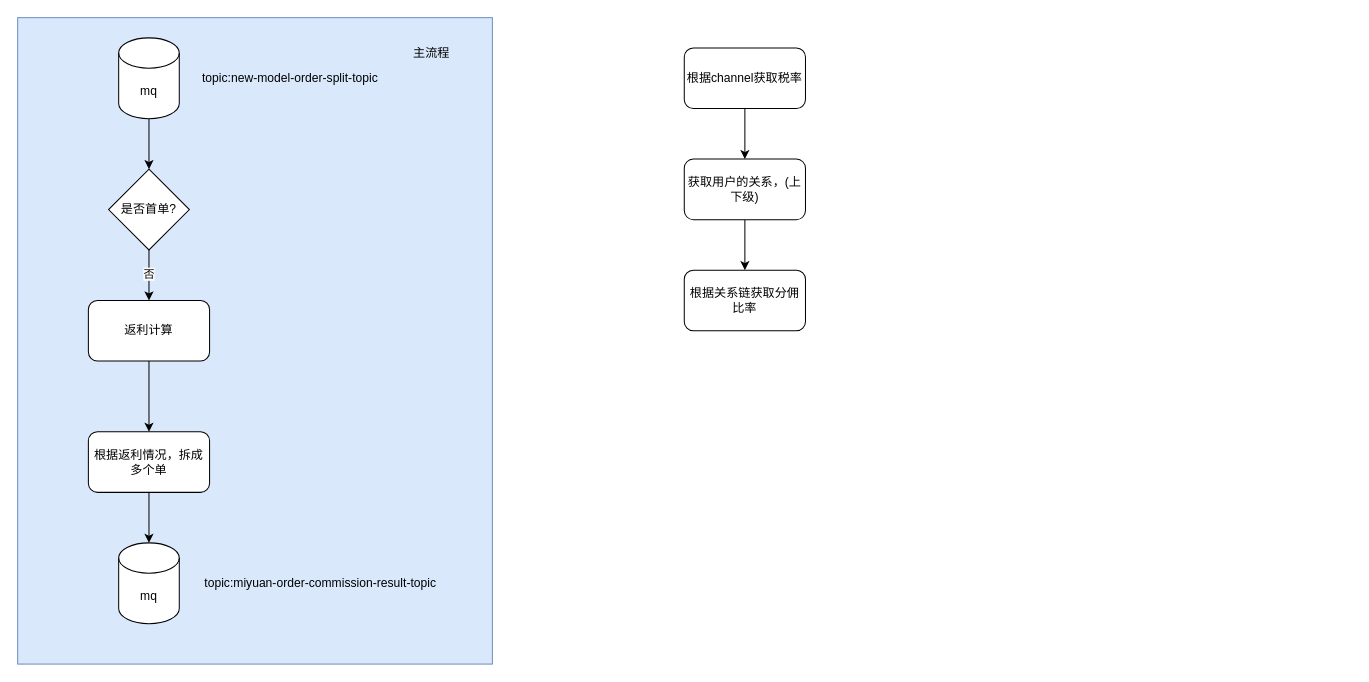
Before: miyuan/订单拆单.drawio in smallleaf/draw.io, a draw.io diagram. Source tidied: cells renumbered, new cells numbered last; positions are measured from the earlier drawing's top-left corner, leaving out a move shared by most shapes. Both pictures are drawn from the tidied source at 101%, with x=0, y=0 at pixel (17, 17).
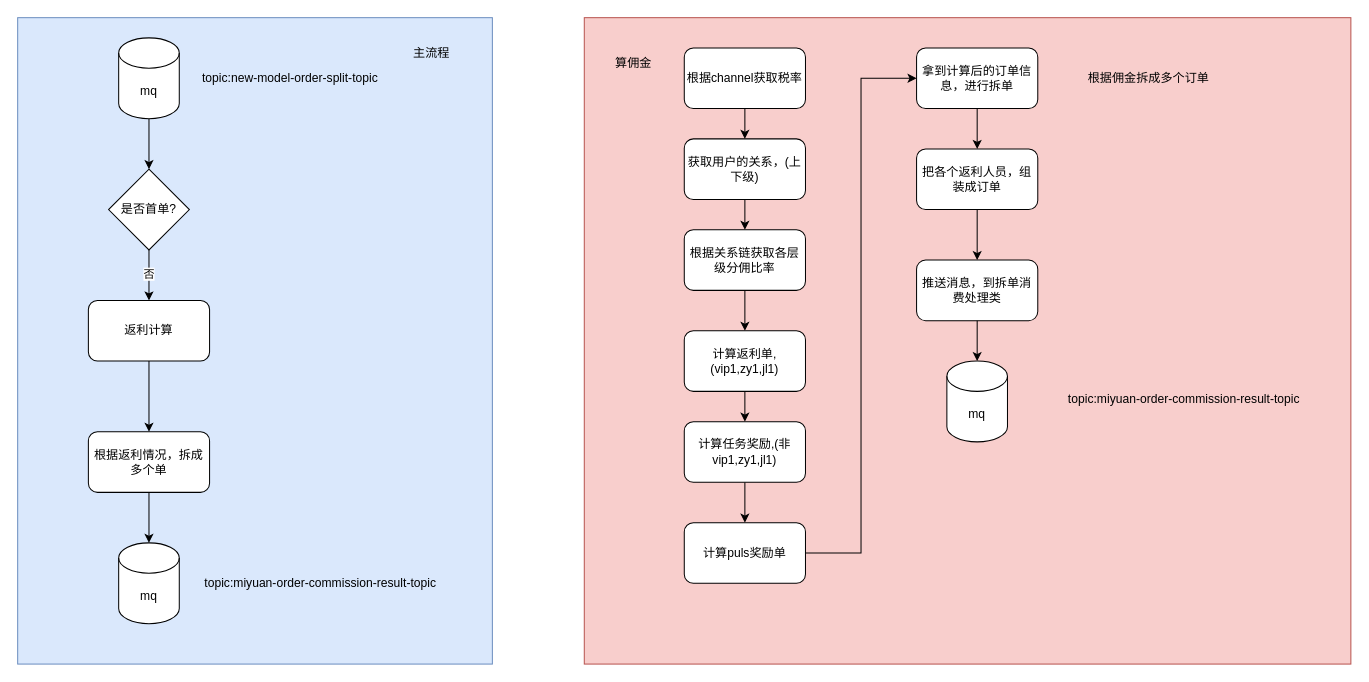
The same page after the edit.

Commit message (it also covers changes not shown here):
更新订单拆单.drawio

Diff of the diagram source:
```diff
@@
+    <mxCell id="21" style="rounded=0;whiteSpace=wrap;html=1;fillColor=#f8cecc;strokeColor=#b85450;" parent="1" vertex="1">
+      <mxGeometry x="561" width="759" height="640" as="geometry" />
+    </mxCell>
@@
     <mxCell id="19" value="获取用户的关系，(上下级)" style="rounded=1;whiteSpace=wrap;html=1;" parent="1" vertex="1">
-      <mxGeometry x="660" y="140" width="120" height="60" as="geometry" />
+      <mxGeometry x="660" y="120" width="120" height="60" as="geometry" />
     </mxCell>
+    <mxCell id="22" style="edgeStyle=orthogonalEdgeStyle;rounded=0;jettySize=auto;html=1;exitX=0.5;exitY=1;exitDx=0;exitDy=0;" parent="1" edge="1" source="20" target="24">
+      <mxGeometry relative="1" as="geometry" />
+    </mxCell>
-    <mxCell id="20" value="根据关系链获取分佣比率" style="rounded=1;whiteSpace=wrap;html=1;" parent="1" vertex="1">
-      <mxGeometry x="660" y="250" width="120" height="60" as="geometry" />
+    <mxCell id="20" value="根据关系链获取各层级分佣比率" style="rounded=1;whiteSpace=wrap;html=1;" parent="1" vertex="1">
+      <mxGeometry x="660" y="210" width="120" height="60" as="geometry" />
     </mxCell>
+    <mxCell id="23" style="edgeStyle=orthogonalEdgeStyle;rounded=0;jettySize=auto;html=1;" parent="1" edge="1" source="24" target="26">
+      <mxGeometry relative="1" as="geometry" />
+    </mxCell>
+    <mxCell id="24" value="计算返利单,(vip1,zy1,jl1)" style="rounded=1;whiteSpace=wrap;html=1;" parent="1" vertex="1">
+      <mxGeometry x="660" y="310" width="120" height="60" as="geometry" />
+    </mxCell>
+    <mxCell id="25" style="edgeStyle=orthogonalEdgeStyle;rounded=0;jettySize=auto;html=1;" parent="1" edge="1" source="26" target="28">
+      <mxGeometry relative="1" as="geometry" />
+    </mxCell>
+    <mxCell id="26" value="计算任务奖励,(非vip1,zy1,jl1)" style="rounded=1;whiteSpace=wrap;html=1;" parent="1" vertex="1">
+      <mxGeometry x="660" y="400" width="120" height="60" as="geometry" />
+    </mxCell>
+    <mxCell id="27" style="edgeStyle=orthogonalEdgeStyle;rounded=0;jettySize=auto;html=1;exitX=1;exitY=0.5;exitDx=0;exitDy=0;entryX=0;entryY=0.5;entryDx=0;entryDy=0;" parent="1" edge="1" source="28" target="30">
+      <mxGeometry relative="1" as="geometry" />
+    </mxCell>
+    <mxCell id="28" value="计算puls奖励单" style="rounded=1;whiteSpace=wrap;html=1;" parent="1" vertex="1">
+      <mxGeometry x="660" y="500" width="120" height="60" as="geometry" />
+    </mxCell>
+    <mxCell id="29" style="edgeStyle=orthogonalEdgeStyle;rounded=0;jettySize=auto;html=1;" parent="1" edge="1" source="30" target="32">
+      <mxGeometry relative="1" as="geometry" />
+    </mxCell>
+    <mxCell id="30" value="拿到计算后的订单信息，进行拆单" style="rounded=1;whiteSpace=wrap;html=1;" parent="1" vertex="1">
+      <mxGeometry x="890" y="30" width="120" height="60" as="geometry" />
+    </mxCell>
+    <mxCell id="31" style="edgeStyle=orthogonalEdgeStyle;rounded=0;jettySize=auto;html=1;" parent="1" edge="1" source="32" target="33">
+      <mxGeometry relative="1" as="geometry" />
+    </mxCell>
+    <mxCell id="32" value="把各个返利人员，组装成订单" style="rounded=1;whiteSpace=wrap;html=1;" parent="1" vertex="1">
+      <mxGeometry x="890" y="130" width="120" height="60" as="geometry" />
+    </mxCell>
+    <mxCell id="33" value="推送消息，到拆单消费处理类" style="rounded=1;whiteSpace=wrap;html=1;" parent="1" vertex="1">
+      <mxGeometry x="890" y="240" width="120" height="60" as="geometry" />
+    </mxCell>
+    <mxCell id="34" value="mq" style="shape=cylinder3;whiteSpace=wrap;html=1;boundedLbl=1;backgroundOutline=1;size=15;" parent="1" vertex="1">
+      <mxGeometry x="920" y="340" width="60" height="80" as="geometry" />
+    </mxCell>
+    <mxCell id="35" style="edgeStyle=orthogonalEdgeStyle;rounded=0;jettySize=auto;html=1;exitX=0.5;exitY=1;exitDx=0;exitDy=0;entryX=0.5;entryY=0;entryDx=0;entryDy=0;entryPerimeter=0;" parent="1" edge="1" source="33" target="34">
+      <mxGeometry relative="1" as="geometry" />
+    </mxCell>
+    <mxCell id="36" value="topic:miyuan-order-commission-result-topic" style="text;html=1;align=center;verticalAlign=middle;whiteSpace=wrap;rounded=0;" parent="1" vertex="1">
+      <mxGeometry x="1000" y="365" width="310" height="25" as="geometry" />
+    </mxCell>
+    <mxCell id="37" value="算佣金" style="text;html=1;align=center;verticalAlign=middle;whiteSpace=wrap;rounded=0;" parent="1" vertex="1">
+      <mxGeometry x="580" y="30" width="60" height="30" as="geometry" />
+    </mxCell>
+    <mxCell id="38" value="根据佣金拆成多个订单" style="text;html=1;align=center;verticalAlign=middle;whiteSpace=wrap;rounded=0;" parent="1" vertex="1">
+      <mxGeometry x="1050" y="40" width="140" height="40" as="geometry" />
+    </mxCell>
```
